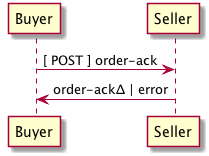
The PlantUML diagram images/order-ack-sequence.puml.png in EciStg/order-placement, before a commit.
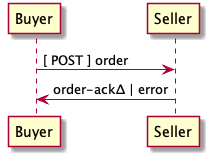
The same diagram one commit later.

Change to the diagram source:
```diff
@@ -1,4 +1,4 @@
 @startuml order-ack-sequence.png
-Buyer -> Seller: [ POST ] order-ack
+Buyer -> Seller: [ POST ] order
 Seller -> Buyer: order-ack<U+0394> | error
 @enduml
```
